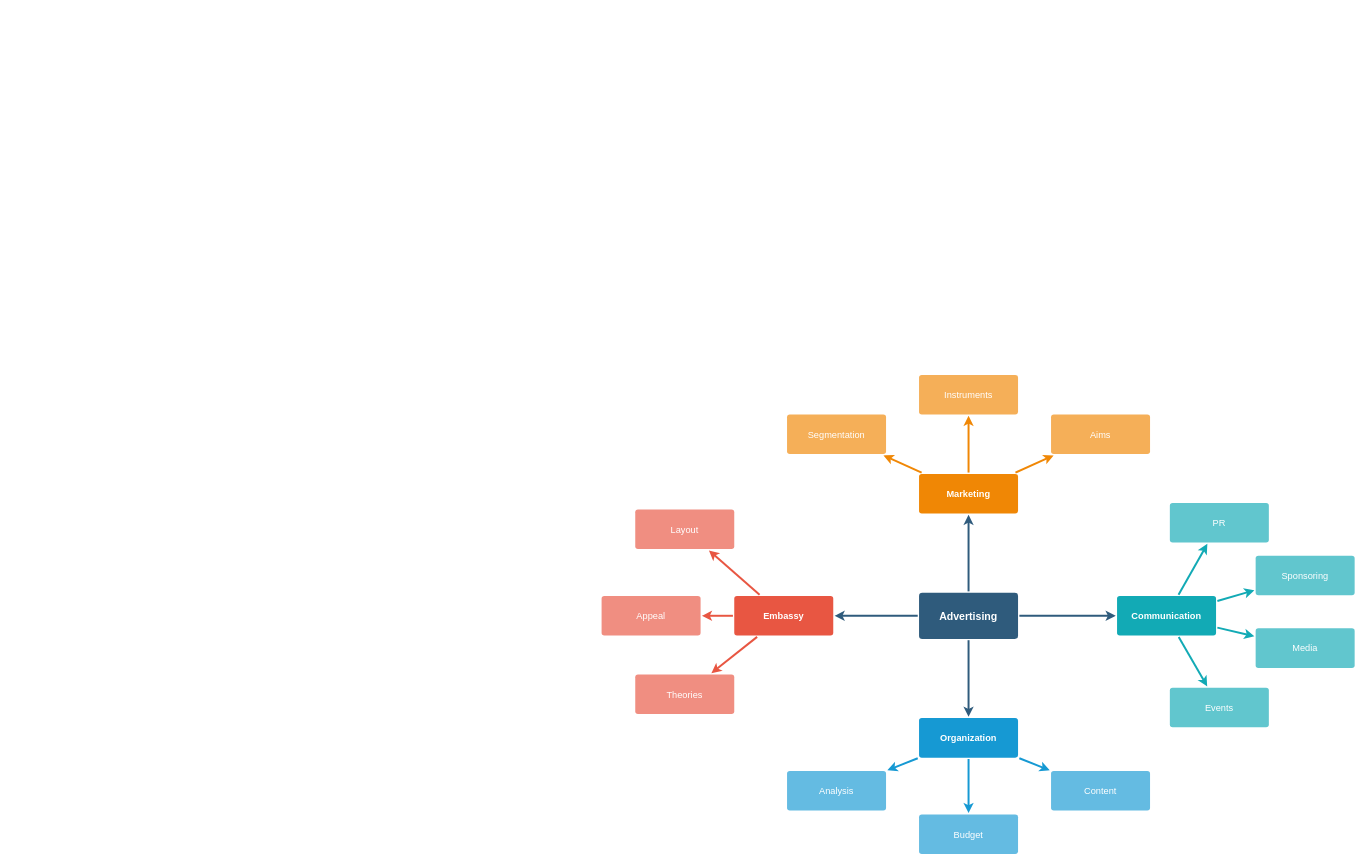
This is v4_product_video.drawio from mj8ac/hello-world, a draw.io file, before an edit. Source tidied: cells renumbered, new cells numbered last; positions are measured from the earlier drawing's top-left corner, leaving out a move shared by most shapes. Both pictures are drawn from the tidied source at 66%, with x=0, y=0 at pixel (601, 374).
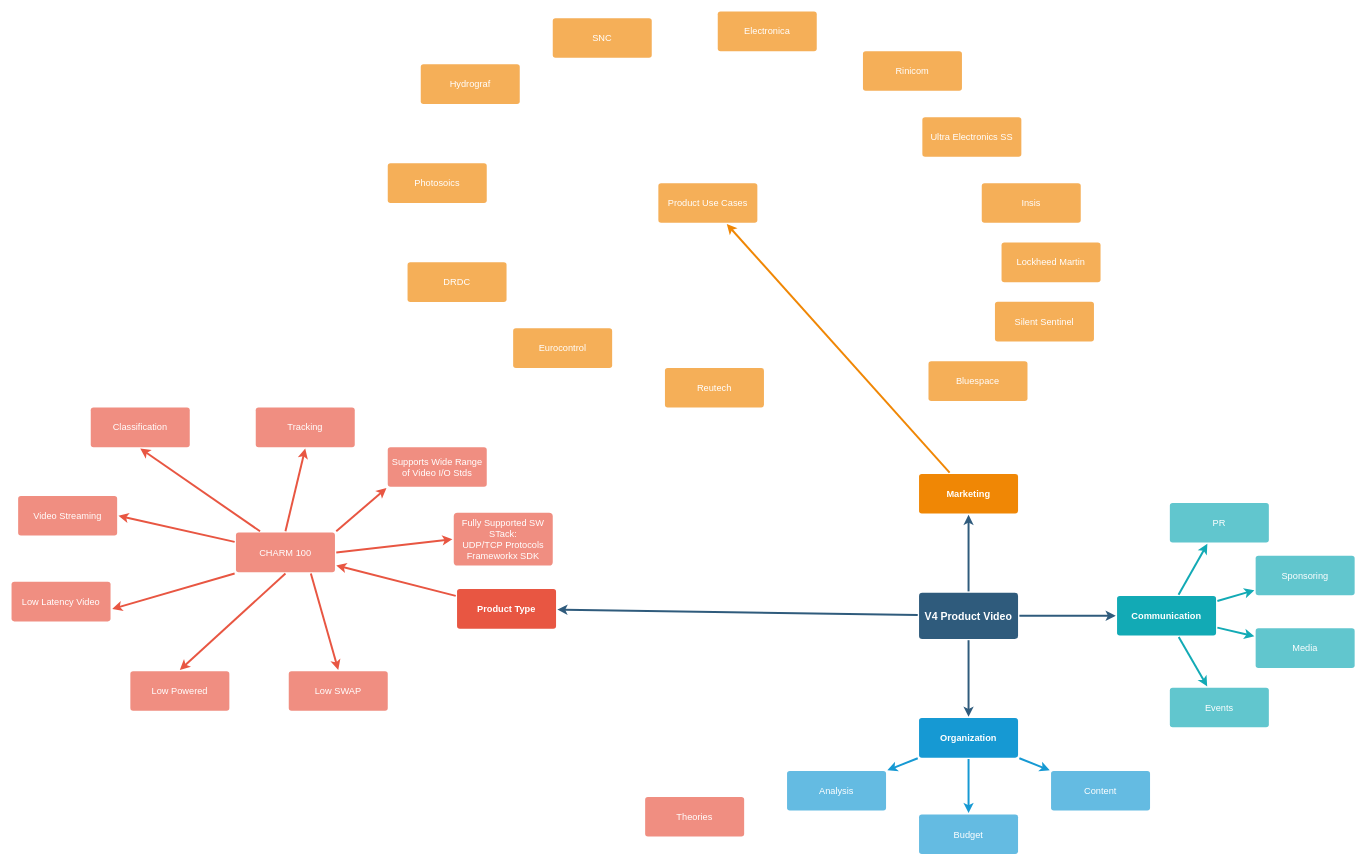
The same diagram, later.

Unchanged cells that the change refers to:
```xml
<mxCell id="21" value="Marketing" style="rounded=1;whiteSpace=wrap;html=1;shadow=0;labelBackgroundColor=none;strokeColor=none;strokeWidth=3;fillColor=#F08705;fontFamily=Helvetica;fontSize=14;fontColor=#FFFFFF;align=center;spacing=5;fontStyle=1;arcSize=7;perimeterSpacing=2;" parent="1" vertex="1">
  <mxGeometry x="481" y="150.5" width="150" height="60" as="geometry" />
</mxCell>
```

Diff of the diagram source:
```diff
@@
-    <mxCell id="6" value="Advertising" style="rounded=1;whiteSpace=wrap;html=1;shadow=0;labelBackgroundColor=none;strokeColor=none;strokeWidth=3;fillColor=#2F5B7C;fontFamily=Helvetica;fontSize=16;fontColor=#FFFFFF;align=center;fontStyle=1;spacing=5;arcSize=7;perimeterSpacing=2;" parent="1" vertex="1">
+    <mxCell id="6" value="V4 Product Video" style="rounded=1;whiteSpace=wrap;html=1;shadow=0;labelBackgroundColor=none;strokeColor=none;strokeWidth=3;fillColor=#2F5B7C;fontFamily=Helvetica;fontSize=16;fontColor=#FFFFFF;align=center;fontStyle=1;spacing=5;arcSize=7;perimeterSpacing=2;" parent="1" vertex="1">
       <mxGeometry x="481" y="330.5" width="150" height="70" as="geometry" />
     </mxCell>
-    <mxCell id="7" style="edgeStyle=none;rounded=1;jumpStyle=none;html=1;shadow=0;labelBackgroundColor=none;startArrow=none;startFill=0;jettySize=auto;strokeColor=#E85642;strokeWidth=3;fontFamily=Helvetica;fontSize=14;fontColor=#FFFFFF;spacing=5;fontStyle=1;fillColor=#b0e3e6;" parent="1" edge="1" source="10" target="13">
-      <mxGeometry relative="1" as="geometry" />
-    </mxCell>
@@
-    <mxCell id="9" style="edgeStyle=none;rounded=1;jumpStyle=none;html=1;shadow=0;labelBackgroundColor=none;startArrow=none;startFill=0;jettySize=auto;strokeColor=#E85642;strokeWidth=3;fontFamily=Helvetica;fontSize=14;fontColor=#FFFFFF;spacing=5;fontStyle=1;fillColor=#b0e3e6;" parent="1" edge="1" source="10" target="11">
-      <mxGeometry relative="1" as="geometry" />
-    </mxCell>
-    <mxCell id="10" value="Embassy" style="rounded=1;whiteSpace=wrap;html=1;shadow=0;labelBackgroundColor=none;strokeColor=none;strokeWidth=3;fillColor=#e85642;fontFamily=Helvetica;fontSize=14;fontColor=#FFFFFF;align=center;spacing=5;fontStyle=1;arcSize=7;perimeterSpacing=2;" parent="1" vertex="1">
-      <mxGeometry x="201" y="335.5" width="150" height="60" as="geometry" />
+    <mxCell id="10" value="Product Type" style="rounded=1;whiteSpace=wrap;html=1;shadow=0;labelBackgroundColor=none;strokeColor=none;strokeWidth=3;fillColor=#e85642;fontFamily=Helvetica;fontSize=14;fontColor=#FFFFFF;align=center;spacing=5;fontStyle=1;arcSize=7;perimeterSpacing=2;" parent="1" vertex="1">
+      <mxGeometry x="-219" y="325" width="150" height="60" as="geometry" />
     </mxCell>
     <mxCell id="11" value="Theories" style="rounded=1;whiteSpace=wrap;html=1;shadow=0;labelBackgroundColor=none;strokeColor=none;strokeWidth=3;fillColor=#f08e81;fontFamily=Helvetica;fontSize=14;fontColor=#FFFFFF;align=center;spacing=5;fontStyle=0;arcSize=7;perimeterSpacing=2;" parent="1" vertex="1">
-      <mxGeometry x="51" y="454.5" width="150" height="60" as="geometry" />
+      <mxGeometry x="66" y="640" width="150" height="60" as="geometry" />
     </mxCell>
-    <mxCell id="12" value="Appeal" style="rounded=1;whiteSpace=wrap;html=1;shadow=0;labelBackgroundColor=none;strokeColor=none;strokeWidth=3;fillColor=#f08e81;fontFamily=Helvetica;fontSize=14;fontColor=#FFFFFF;align=center;spacing=5;fontStyle=0;arcSize=7;perimeterSpacing=2;" parent="1" vertex="1">
-      <mxGeometry y="335.5" width="150" height="60" as="geometry" />
+    <mxCell id="12" value="CHARM 100" style="rounded=1;whiteSpace=wrap;html=1;shadow=0;labelBackgroundColor=none;strokeColor=none;strokeWidth=3;fillColor=#f08e81;fontFamily=Helvetica;fontSize=14;fontColor=#FFFFFF;align=center;spacing=5;fontStyle=0;arcSize=7;perimeterSpacing=2;" parent="1" vertex="1">
+      <mxGeometry x="-554" y="239.5" width="150" height="60" as="geometry" />
     </mxCell>
-    <mxCell id="13" value="Layout" style="rounded=1;whiteSpace=wrap;html=1;shadow=0;labelBackgroundColor=none;strokeColor=none;strokeWidth=3;fillColor=#f08e81;fontFamily=Helvetica;fontSize=14;fontColor=#FFFFFF;align=center;spacing=5;fontStyle=0;arcSize=7;perimeterSpacing=2;" parent="1" vertex="1">
-      <mxGeometry x="51" y="204.5" width="150" height="60" as="geometry" />
-    </mxCell>
@@
-    <mxCell id="22" value="Aims&lt;br&gt;" style="rounded=1;whiteSpace=wrap;html=1;shadow=0;labelBackgroundColor=none;strokeColor=none;strokeWidth=3;fillColor=#f5af58;fontFamily=Helvetica;fontSize=14;fontColor=#FFFFFF;align=center;spacing=5;arcSize=7;perimeterSpacing=2;" parent="1" vertex="1">
-      <mxGeometry x="681" y="60.5" width="150" height="60" as="geometry" />
-    </mxCell>
-    <mxCell id="23" style="edgeStyle=none;rounded=0;jumpStyle=none;html=1;shadow=0;labelBackgroundColor=none;startArrow=none;startFill=0;endArrow=classic;endFill=1;jettySize=auto;strokeColor=#F08705;strokeWidth=3;fontFamily=Helvetica;fontSize=14;fontColor=#FFFFFF;spacing=5;" parent="1" edge="1" source="21" target="22">
-      <mxGeometry relative="1" as="geometry" />
-    </mxCell>
-    <mxCell id="24" value="Instruments" style="rounded=1;whiteSpace=wrap;html=1;shadow=0;labelBackgroundColor=none;strokeColor=none;strokeWidth=3;fillColor=#f5af58;fontFamily=Helvetica;fontSize=14;fontColor=#FFFFFF;align=center;spacing=5;arcSize=7;perimeterSpacing=2;" parent="1" vertex="1">
-      <mxGeometry x="481" y="0.5" width="150" height="60" as="geometry" />
-    </mxCell>
-    <mxCell id="25" style="edgeStyle=none;rounded=0;jumpStyle=none;html=1;shadow=0;labelBackgroundColor=none;startArrow=none;startFill=0;endArrow=classic;endFill=1;jettySize=auto;strokeColor=#F08705;strokeWidth=3;fontFamily=Helvetica;fontSize=14;fontColor=#FFFFFF;spacing=5;" parent="1" edge="1" source="21" target="24">
-      <mxGeometry relative="1" as="geometry" />
-    </mxCell>
-    <mxCell id="26" value="Segmentation" style="rounded=1;whiteSpace=wrap;html=1;shadow=0;labelBackgroundColor=none;strokeColor=none;strokeWidth=3;fillColor=#f5af58;fontFamily=Helvetica;fontSize=14;fontColor=#FFFFFF;align=center;spacing=5;arcSize=7;perimeterSpacing=2;" parent="1" vertex="1">
-      <mxGeometry x="281" y="60.5" width="150" height="60" as="geometry" />
+    <mxCell id="26" value="Product Use Cases" style="rounded=1;whiteSpace=wrap;html=1;shadow=0;labelBackgroundColor=none;strokeColor=none;strokeWidth=3;fillColor=#f5af58;fontFamily=Helvetica;fontSize=14;fontColor=#FFFFFF;align=center;spacing=5;arcSize=7;perimeterSpacing=2;" parent="1" vertex="1">
+      <mxGeometry x="86" y="-290" width="150" height="60" as="geometry" />
     </mxCell>
@@
+    <mxCell id="37" value="Classification" style="rounded=1;whiteSpace=wrap;html=1;shadow=0;labelBackgroundColor=none;strokeColor=none;strokeWidth=3;fillColor=#f08e81;fontFamily=Helvetica;fontSize=14;fontColor=#FFFFFF;align=center;spacing=5;fontStyle=0;arcSize=7;perimeterSpacing=2;" parent="1" vertex="1">
+      <mxGeometry x="-774" y="50" width="150" height="60" as="geometry" />
+    </mxCell>
+    <mxCell id="38" value="Tracking" style="rounded=1;whiteSpace=wrap;html=1;shadow=0;labelBackgroundColor=none;strokeColor=none;strokeWidth=3;fillColor=#f08e81;fontFamily=Helvetica;fontSize=14;fontColor=#FFFFFF;align=center;spacing=5;fontStyle=0;arcSize=7;perimeterSpacing=2;" parent="1" vertex="1">
+      <mxGeometry x="-524" y="50" width="150" height="60" as="geometry" />
+    </mxCell>
+    <mxCell id="39" value="Video Streaming" style="rounded=1;whiteSpace=wrap;html=1;shadow=0;labelBackgroundColor=none;strokeColor=none;strokeWidth=3;fillColor=#f08e81;fontFamily=Helvetica;fontSize=14;fontColor=#FFFFFF;align=center;spacing=5;fontStyle=0;arcSize=7;perimeterSpacing=2;" parent="1" vertex="1">
+      <mxGeometry x="-884" y="184" width="150" height="60" as="geometry" />
+    </mxCell>
+    <mxCell id="40" value="Low Latency Video" style="rounded=1;whiteSpace=wrap;html=1;shadow=0;labelBackgroundColor=none;strokeColor=none;strokeWidth=3;fillColor=#f08e81;fontFamily=Helvetica;fontSize=14;fontColor=#FFFFFF;align=center;spacing=5;fontStyle=0;arcSize=7;perimeterSpacing=2;" parent="1" vertex="1">
+      <mxGeometry x="-894" y="314" width="150" height="60" as="geometry" />
+    </mxCell>
+    <mxCell id="41" value="Low Powered" style="rounded=1;whiteSpace=wrap;html=1;shadow=0;labelBackgroundColor=none;strokeColor=none;strokeWidth=3;fillColor=#f08e81;fontFamily=Helvetica;fontSize=14;fontColor=#FFFFFF;align=center;spacing=5;fontStyle=0;arcSize=7;perimeterSpacing=2;" parent="1" vertex="1">
+      <mxGeometry x="-714" y="449.5" width="150" height="60" as="geometry" />
+    </mxCell>
+    <mxCell id="42" style="edgeStyle=none;rounded=1;jumpStyle=none;html=1;shadow=0;labelBackgroundColor=none;startArrow=none;startFill=0;jettySize=auto;strokeColor=#E85642;strokeWidth=3;fontFamily=Helvetica;fontSize=14;fontColor=#FFFFFF;spacing=5;fontStyle=1;fillColor=#b0e3e6;exitX=0.5;exitY=1;exitDx=0;exitDy=0;entryX=0.5;entryY=0;entryDx=0;entryDy=0;" parent="1" edge="1" source="12" target="41">
+      <mxGeometry relative="1" as="geometry" />
+    </mxCell>
+    <mxCell id="43" style="edgeStyle=none;rounded=1;jumpStyle=none;html=1;shadow=0;labelBackgroundColor=none;startArrow=none;startFill=0;jettySize=auto;strokeColor=#E85642;strokeWidth=3;fontFamily=Helvetica;fontSize=14;fontColor=#FFFFFF;spacing=5;fontStyle=1;fillColor=#b0e3e6;exitX=0;exitY=1;exitDx=0;exitDy=0;entryX=1.004;entryY=0.674;entryDx=0;entryDy=0;entryPerimeter=0;" parent="1" edge="1" source="12" target="40">
+      <mxGeometry relative="1" as="geometry" />
+    </mxCell>
+    <mxCell id="44" style="edgeStyle=none;rounded=1;jumpStyle=none;html=1;shadow=0;labelBackgroundColor=none;startArrow=none;startFill=0;jettySize=auto;strokeColor=#E85642;strokeWidth=3;fontFamily=Helvetica;fontSize=14;fontColor=#FFFFFF;spacing=5;fontStyle=1;fillColor=#b0e3e6;exitX=0;exitY=0.25;exitDx=0;exitDy=0;entryX=1;entryY=0.5;entryDx=0;entryDy=0;" parent="1" edge="1" source="12" target="39">
+      <mxGeometry relative="1" as="geometry" />
+    </mxCell>
+    <mxCell id="45" style="edgeStyle=none;rounded=1;jumpStyle=none;html=1;shadow=0;labelBackgroundColor=none;startArrow=none;startFill=0;jettySize=auto;strokeColor=#E85642;strokeWidth=3;fontFamily=Helvetica;fontSize=14;fontColor=#FFFFFF;spacing=5;fontStyle=1;fillColor=#b0e3e6;exitX=0.25;exitY=0;exitDx=0;exitDy=0;entryX=0.5;entryY=1;entryDx=0;entryDy=0;" parent="1" edge="1" source="12" target="37">
+      <mxGeometry relative="1" as="geometry" />
+    </mxCell>
+    <mxCell id="46" style="edgeStyle=none;rounded=1;jumpStyle=none;html=1;shadow=0;labelBackgroundColor=none;startArrow=none;startFill=0;jettySize=auto;strokeColor=#E85642;strokeWidth=3;fontFamily=Helvetica;fontSize=14;fontColor=#FFFFFF;spacing=5;fontStyle=1;fillColor=#b0e3e6;exitX=0.5;exitY=0;exitDx=0;exitDy=0;entryX=0.5;entryY=1;entryDx=0;entryDy=0;" parent="1" edge="1" source="12" target="38">
+      <mxGeometry relative="1" as="geometry" />
+    </mxCell>
+    <mxCell id="47" value="Low SWAP" style="rounded=1;whiteSpace=wrap;html=1;shadow=0;labelBackgroundColor=none;strokeColor=none;strokeWidth=3;fillColor=#f08e81;fontFamily=Helvetica;fontSize=14;fontColor=#FFFFFF;align=center;spacing=5;fontStyle=0;arcSize=7;perimeterSpacing=2;" parent="1" vertex="1">
+      <mxGeometry x="-474" y="449.5" width="150" height="60" as="geometry" />
+    </mxCell>
+    <mxCell id="48" style="edgeStyle=none;rounded=1;jumpStyle=none;html=1;shadow=0;labelBackgroundColor=none;startArrow=none;startFill=0;jettySize=auto;strokeColor=#E85642;strokeWidth=3;fontFamily=Helvetica;fontSize=14;fontColor=#FFFFFF;spacing=5;fontStyle=1;fillColor=#b0e3e6;exitX=0.75;exitY=1;exitDx=0;exitDy=0;entryX=0.5;entryY=0;entryDx=0;entryDy=0;" parent="1" edge="1" source="12" target="47">
+      <mxGeometry relative="1" as="geometry" />
+    </mxCell>
+    <mxCell id="49" value="Supports Wide Range of Video I/O Stds" style="rounded=1;whiteSpace=wrap;html=1;shadow=0;labelBackgroundColor=none;strokeColor=none;strokeWidth=3;fillColor=#f08e81;fontFamily=Helvetica;fontSize=14;fontColor=#FFFFFF;align=center;spacing=5;fontStyle=0;arcSize=7;perimeterSpacing=2;" parent="1" vertex="1">
+      <mxGeometry x="-324" y="110" width="150" height="60" as="geometry" />
+    </mxCell>
+    <mxCell id="50" style="edgeStyle=none;rounded=1;jumpStyle=none;html=1;shadow=0;labelBackgroundColor=none;startArrow=none;startFill=0;jettySize=auto;strokeColor=#E85642;strokeWidth=3;fontFamily=Helvetica;fontSize=14;fontColor=#FFFFFF;spacing=5;fontStyle=1;fillColor=#b0e3e6;exitX=1;exitY=0;exitDx=0;exitDy=0;entryX=0;entryY=1;entryDx=0;entryDy=0;" parent="1" edge="1" source="12" target="49">
+      <mxGeometry relative="1" as="geometry" />
+    </mxCell>
+    <mxCell id="51" value="&lt;div&gt;Fully Supported SW STack:&lt;/div&gt;&lt;div&gt;UDP/TCP Protocols&lt;/div&gt;&lt;div&gt;Frameworkx SDK&lt;br&gt;&lt;/div&gt;" style="rounded=1;whiteSpace=wrap;html=1;shadow=0;labelBackgroundColor=none;strokeColor=none;strokeWidth=3;fillColor=#f08e81;fontFamily=Helvetica;fontSize=14;fontColor=#FFFFFF;align=center;spacing=5;fontStyle=0;arcSize=7;perimeterSpacing=2;" parent="1" vertex="1">
+      <mxGeometry x="-224" y="209.5" width="150" height="80" as="geometry" />
+    </mxCell>
+    <mxCell id="52" style="edgeStyle=none;rounded=1;jumpStyle=none;html=1;shadow=0;labelBackgroundColor=none;startArrow=none;startFill=0;jettySize=auto;strokeColor=#E85642;strokeWidth=3;fontFamily=Helvetica;fontSize=14;fontColor=#FFFFFF;spacing=5;fontStyle=1;fillColor=#b0e3e6;exitX=1;exitY=0.5;exitDx=0;exitDy=0;entryX=0;entryY=0.5;entryDx=0;entryDy=0;" parent="1" edge="1" source="12" target="51">
+      <mxGeometry relative="1" as="geometry" />
+    </mxCell>
+    <mxCell id="53" value="SNC" style="rounded=1;whiteSpace=wrap;html=1;shadow=0;labelBackgroundColor=none;strokeColor=none;strokeWidth=3;fillColor=#f5af58;fontFamily=Helvetica;fontSize=14;fontColor=#FFFFFF;align=center;spacing=5;arcSize=7;perimeterSpacing=2;" parent="1" vertex="1">
+      <mxGeometry x="-74" y="-540" width="150" height="60" as="geometry" />
+    </mxCell>
+    <mxCell id="54" value="Hydrograf" style="rounded=1;whiteSpace=wrap;html=1;shadow=0;labelBackgroundColor=none;strokeColor=none;strokeWidth=3;fillColor=#f5af58;fontFamily=Helvetica;fontSize=14;fontColor=#FFFFFF;align=center;spacing=5;arcSize=7;perimeterSpacing=2;" parent="1" vertex="1">
+      <mxGeometry x="-274" y="-470" width="150" height="60" as="geometry" />
+    </mxCell>
+    <mxCell id="55" value="Electronica" style="rounded=1;whiteSpace=wrap;html=1;shadow=0;labelBackgroundColor=none;strokeColor=none;strokeWidth=3;fillColor=#f5af58;fontFamily=Helvetica;fontSize=14;fontColor=#FFFFFF;align=center;spacing=5;arcSize=7;perimeterSpacing=2;" parent="1" vertex="1">
+      <mxGeometry x="176" y="-550" width="150" height="60" as="geometry" />
+    </mxCell>
+    <mxCell id="56" value="Ultra Electronics SS" style="rounded=1;whiteSpace=wrap;html=1;shadow=0;labelBackgroundColor=none;strokeColor=none;strokeWidth=3;fillColor=#f5af58;fontFamily=Helvetica;fontSize=14;fontColor=#FFFFFF;align=center;spacing=5;arcSize=7;perimeterSpacing=2;" parent="1" vertex="1">
+      <mxGeometry x="486" y="-390" width="150" height="60" as="geometry" />
+    </mxCell>
+    <mxCell id="57" value="Insis" style="rounded=1;whiteSpace=wrap;html=1;shadow=0;labelBackgroundColor=none;strokeColor=none;strokeWidth=3;fillColor=#f5af58;fontFamily=Helvetica;fontSize=14;fontColor=#FFFFFF;align=center;spacing=5;arcSize=7;perimeterSpacing=2;" parent="1" vertex="1">
+      <mxGeometry x="576" y="-290" width="150" height="60" as="geometry" />
+    </mxCell>
+    <mxCell id="58" value="Lockheed Martin" style="rounded=1;whiteSpace=wrap;html=1;shadow=0;labelBackgroundColor=none;strokeColor=none;strokeWidth=3;fillColor=#f5af58;fontFamily=Helvetica;fontSize=14;fontColor=#FFFFFF;align=center;spacing=5;arcSize=7;perimeterSpacing=2;" parent="1" vertex="1">
+      <mxGeometry x="606" y="-200" width="150" height="60" as="geometry" />
+    </mxCell>
+    <mxCell id="59" value="Photosoics" style="rounded=1;whiteSpace=wrap;html=1;shadow=0;labelBackgroundColor=none;strokeColor=none;strokeWidth=3;fillColor=#f5af58;fontFamily=Helvetica;fontSize=14;fontColor=#FFFFFF;align=center;spacing=5;arcSize=7;perimeterSpacing=2;" parent="1" vertex="1">
+      <mxGeometry x="-324" y="-320" width="150" height="60" as="geometry" />
+    </mxCell>
+    <mxCell id="60" value="DRDC" style="rounded=1;whiteSpace=wrap;html=1;shadow=0;labelBackgroundColor=none;strokeColor=none;strokeWidth=3;fillColor=#f5af58;fontFamily=Helvetica;fontSize=14;fontColor=#FFFFFF;align=center;spacing=5;arcSize=7;perimeterSpacing=2;" parent="1" vertex="1">
+      <mxGeometry x="-294" y="-170" width="150" height="60" as="geometry" />
+    </mxCell>
+    <mxCell id="61" value="Eurocontrol" style="rounded=1;whiteSpace=wrap;html=1;shadow=0;labelBackgroundColor=none;strokeColor=none;strokeWidth=3;fillColor=#f5af58;fontFamily=Helvetica;fontSize=14;fontColor=#FFFFFF;align=center;spacing=5;arcSize=7;perimeterSpacing=2;" parent="1" vertex="1">
+      <mxGeometry x="-134" y="-70" width="150" height="60" as="geometry" />
+    </mxCell>
+    <mxCell id="62" value="Reutech" style="rounded=1;whiteSpace=wrap;html=1;shadow=0;labelBackgroundColor=none;strokeColor=none;strokeWidth=3;fillColor=#f5af58;fontFamily=Helvetica;fontSize=14;fontColor=#FFFFFF;align=center;spacing=5;arcSize=7;perimeterSpacing=2;" parent="1" vertex="1">
+      <mxGeometry x="96" y="-10" width="150" height="60" as="geometry" />
+    </mxCell>
+    <mxCell id="63" value="Silent Sentinel" style="rounded=1;whiteSpace=wrap;html=1;shadow=0;labelBackgroundColor=none;strokeColor=none;strokeWidth=3;fillColor=#f5af58;fontFamily=Helvetica;fontSize=14;fontColor=#FFFFFF;align=center;spacing=5;arcSize=7;perimeterSpacing=2;" parent="1" vertex="1">
+      <mxGeometry x="596" y="-110.2" width="150" height="60" as="geometry" />
+    </mxCell>
+    <mxCell id="64" value="Rinicom" style="rounded=1;whiteSpace=wrap;html=1;shadow=0;labelBackgroundColor=none;strokeColor=none;strokeWidth=3;fillColor=#f5af58;fontFamily=Helvetica;fontSize=14;fontColor=#FFFFFF;align=center;spacing=5;arcSize=7;perimeterSpacing=2;" parent="1" vertex="1">
+      <mxGeometry x="396" y="-490" width="150" height="60" as="geometry" />
+    </mxCell>
+    <mxCell id="65" value="Bluespace" style="rounded=1;whiteSpace=wrap;html=1;shadow=0;labelBackgroundColor=none;strokeColor=none;strokeWidth=3;fillColor=#f5af58;fontFamily=Helvetica;fontSize=14;fontColor=#FFFFFF;align=center;spacing=5;arcSize=7;perimeterSpacing=2;" parent="1" vertex="1">
+      <mxGeometry x="495.3" y="-20" width="150" height="60" as="geometry" />
+    </mxCell>
```
